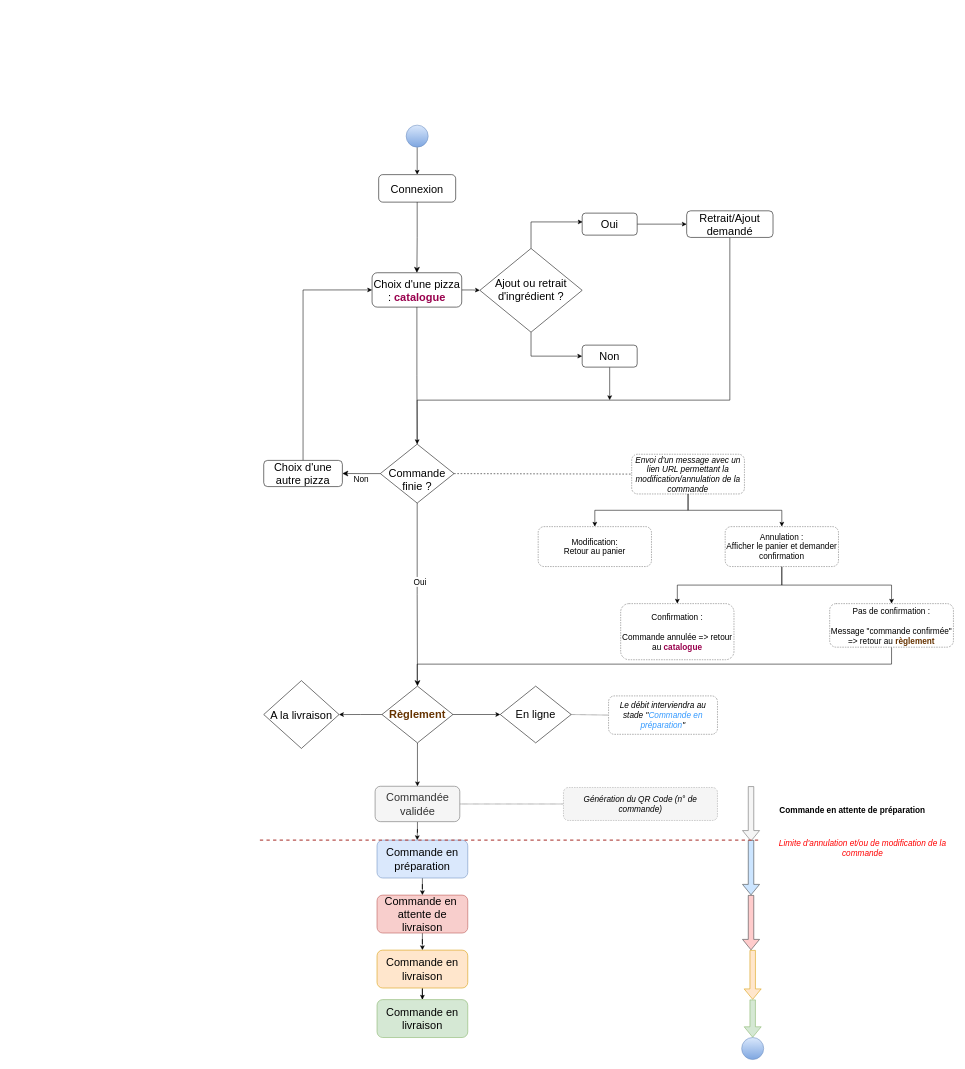
Above: Copy of Untitled Diagram.drawio in OMorlotti/P4-analyser-les-besoin-de-mon-client-pour-son-groupe-de-pizzerias (draw.io), before the change. Source tidied: cells renumbered, new cells numbered last; positions are measured from the earlier drawing's top-left corner, leaving out a move shared by most shapes. Both pictures are drawn from the tidied source at 55%, with x=0, y=0 at pixel (257, 9).
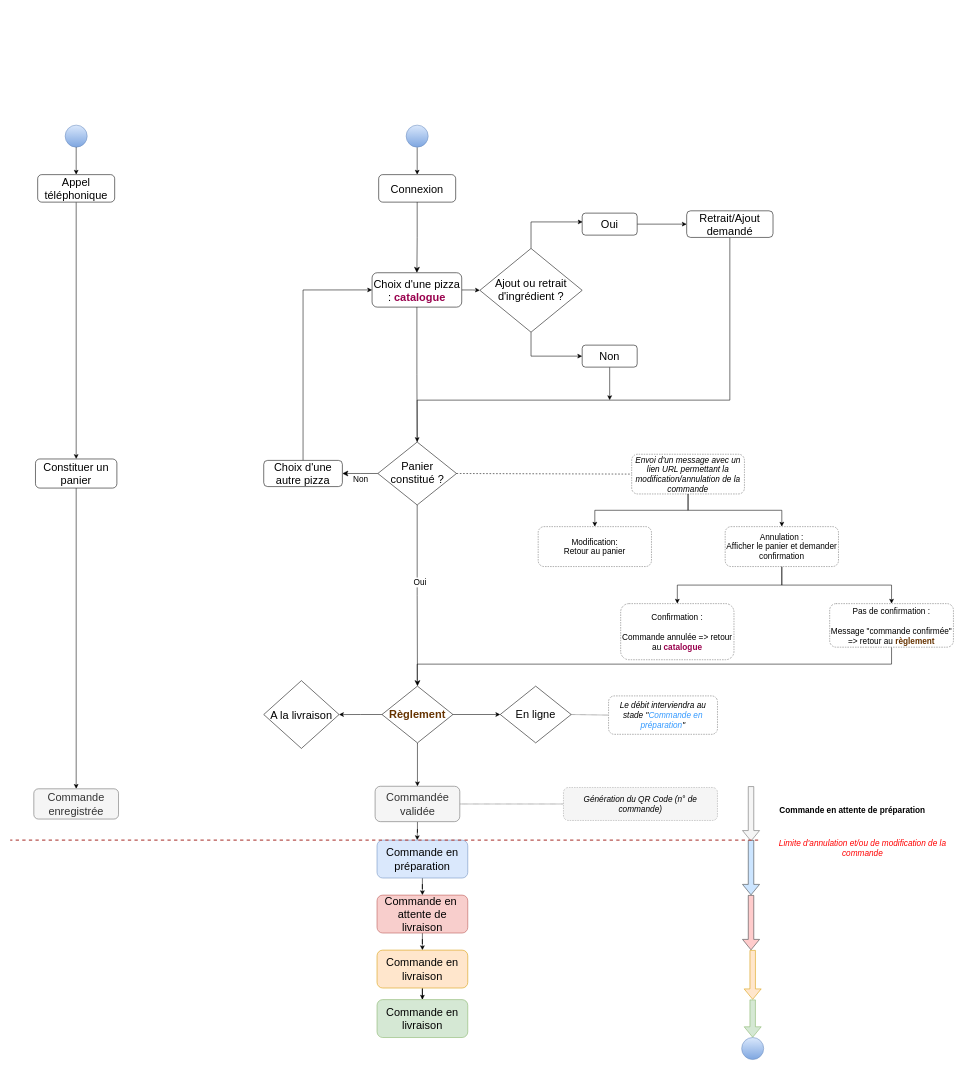
The same page after the edit.

Diff of the diagram source:
```diff
@@
-    <mxCell id="8" value="&lt;font style=&quot;font-size: 20px&quot;&gt;&lt;br&gt;&lt;font style=&quot;font-size: 20px&quot;&gt;Commande finie ?&lt;/font&gt;&lt;/font&gt;" style="rhombus;whiteSpace=wrap;html=1;shadow=0;fontFamily=Helvetica;fontSize=12;align=center;strokeWidth=1;spacing=6;spacingTop=-4;" parent="1" vertex="1">
-      <mxGeometry x="223" y="790" width="134" height="107.2" as="geometry" />
+    <mxCell id="8" value="&lt;font style=&quot;font-size: 20px&quot;&gt;&lt;font style=&quot;font-size: 20px&quot;&gt;Panier constitué ?&lt;/font&gt;&lt;/font&gt;" style="rhombus;whiteSpace=wrap;html=1;shadow=0;fontFamily=Helvetica;fontSize=12;align=center;strokeWidth=1;spacing=6;spacingTop=-4;" parent="1" vertex="1">
+      <mxGeometry x="218.5" y="786.2" width="143" height="114.4" as="geometry" />
     </mxCell>
@@
     <mxCell id="63" style="endArrow=none;html=1;dashed=1;fillColor=#f8cecc;strokeColor=#b85450;strokeWidth=2;" parent="1" edge="1">
       <mxGeometry relative="1" as="geometry">
         <mxPoint x="910" y="1510" as="sourcePoint" />
-        <mxPoint y="1510" as="targetPoint" />
+        <mxPoint x="-450" y="1510" as="targetPoint" />
       </mxGeometry>
     </mxCell>
+    <mxCell id="64" style="ellipse;whiteSpace=wrap;html=1;fillColor=#dae8fc;gradientColor=#7ea6e0;strokeColor=#6c8ebf;" parent="1" vertex="1">
+      <mxGeometry x="-350" y="210" width="40" height="40" as="geometry" />
+    </mxCell>
+    <mxCell id="65" style="endArrow=classic;html=1;exitX=0.5;exitY=1;exitDx=0;exitDy=0;entryX=0.5;entryY=0;entryDx=0;entryDy=0;" parent="1" edge="1" source="64" target="67">
+      <mxGeometry relative="1" as="geometry" />
+    </mxCell>
+    <mxCell id="66" style="edgeStyle=orthogonalEdgeStyle;rounded=0;jettySize=auto;html=1;" parent="1" edge="1" source="67" target="69">
+      <mxGeometry relative="1" as="geometry" />
+    </mxCell>
+    <mxCell id="67" value="&lt;font style=&quot;font-size: 20px&quot;&gt;Appel téléphonique&lt;/font&gt;" style="rounded=1;whiteSpace=wrap;html=1;fontSize=12;glass=0;strokeWidth=1;shadow=0;" parent="1" vertex="1">
+      <mxGeometry x="-400" y="300" width="140" height="50" as="geometry" />
+    </mxCell>
+    <mxCell id="68" style="edgeStyle=orthogonalEdgeStyle;rounded=0;jettySize=auto;html=1;" parent="1" edge="1" source="69" target="70">
+      <mxGeometry relative="1" as="geometry" />
+    </mxCell>
+    <mxCell id="69" value="&lt;font style=&quot;font-size: 20px&quot;&gt;Constituer un panier&lt;/font&gt;" style="rounded=1;whiteSpace=wrap;html=1;fontSize=12;glass=0;strokeWidth=1;shadow=0;" parent="1" vertex="1">
+      <mxGeometry x="-404" y="817" width="148" height="52.9" as="geometry" />
+    </mxCell>
+    <mxCell id="70" value="&lt;font style=&quot;font-size: 20px&quot;&gt;Commande enregistrée&lt;/font&gt;" style="rounded=1;whiteSpace=wrap;html=1;fontSize=12;glass=0;strokeWidth=1;shadow=0;fillColor=#f5f5f5;strokeColor=#666666;fontColor=#333333;" parent="1" vertex="1">
+      <mxGeometry x="-407" y="1416.7" width="154" height="55" as="geometry" />
+    </mxCell>
```
